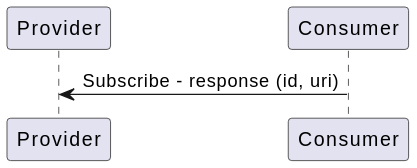
eclipse-ibeji/ibeji keeps this PlantUML diagram as docs/design/diagrams/subscribe_sequence.svg. Above is the earlier version. The source it was exported from:
```plantuml
@startuml
participant "Provider"
participant "Consumer"

"Consumer" -> "Provider" : Subscribe - response (id, uri)
@enduml
```
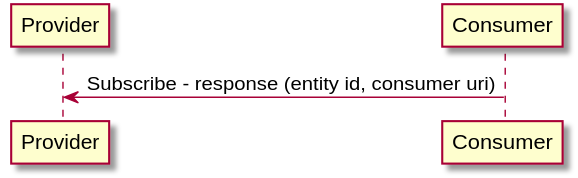
After the change.

Change to the diagram source:
```diff
@@ -1,6 +1,8 @@
 @startuml
+
 participant "Provider"
 participant "Consumer"
 
-"Consumer" -> "Provider" : Subscribe - response (id, uri)
+"Consumer" -> "Provider" : Subscribe - response (entity id, consumer uri)
+
 @enduml
```
